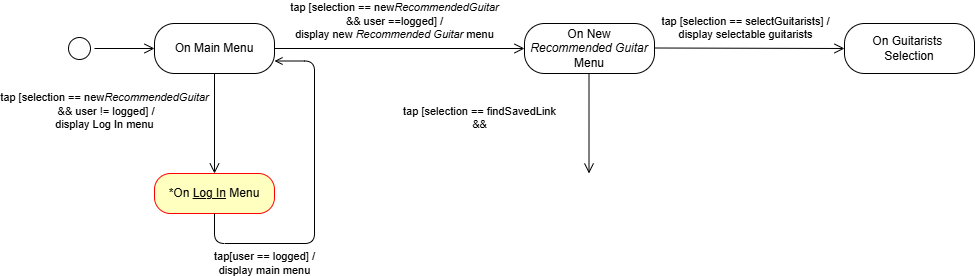
Above: diagrams/StateDiagramM.drawio.png in TizianoLilli/ISPW-Project (draw.io), before the change. Source tidied: cells renumbered, new cells last; positions are measured from the earlier drawing's top-left corner, leaving out a move shared by most shapes.
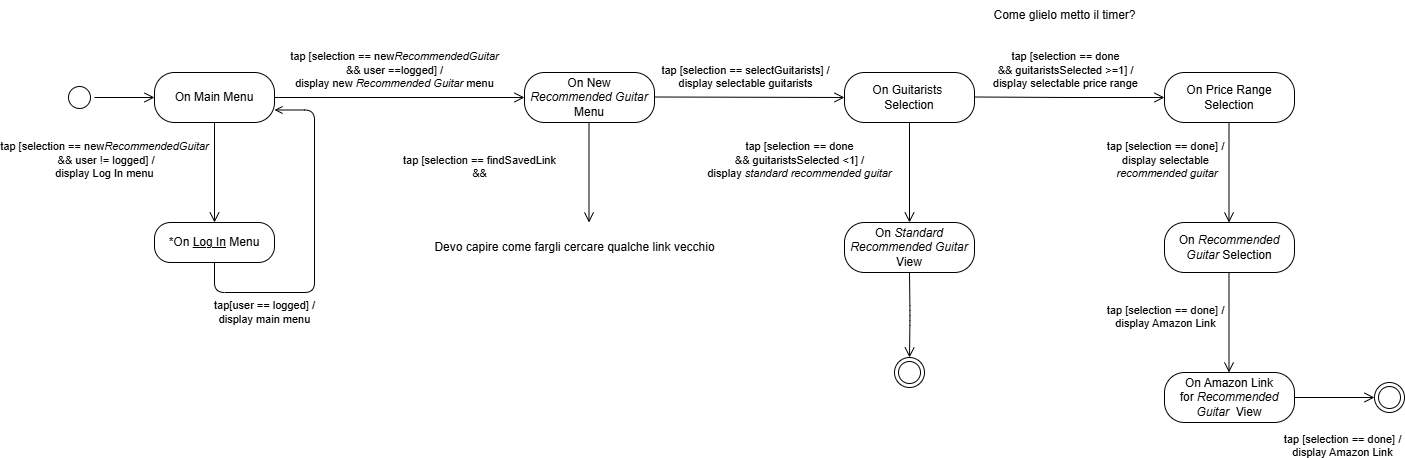
The same file after the commit.

The edit, as a diff of the source:
```diff
@@ -14,10 +14,10 @@
     <mxCell id="5" value="tap [selection == new&lt;i&gt;RecommendedGuitar&lt;/i&gt;&lt;div&gt;&lt;i&gt;&amp;nbsp;&lt;/i&gt;&amp;amp;&amp;amp; user != logged] /&lt;/div&gt;&lt;div&gt;display Log In menu&lt;/div&gt;" style="edgeStyle=orthogonalEdgeStyle;html=1;verticalAlign=bottom;endArrow=open;endSize=8;rounded=1;labelBackgroundColor=none;fontColor=default;entryX=0.5;entryY=0;entryDx=0;entryDy=0;curved=0;" parent="1" edge="1" source="4" target="6">
       <mxGeometry x="0.2" y="-110" relative="1" as="geometry" />
     </mxCell>
-    <mxCell id="6" value="*On &lt;u&gt;Log In&lt;/u&gt; Menu" style="rounded=1;whiteSpace=wrap;html=1;arcSize=40;fontColor=#000000;fillColor=#ffffc0;strokeColor=#ff0000;" parent="1" vertex="1">
+    <mxCell id="6" value="*On &lt;u&gt;Log In&lt;/u&gt; Menu" style="rounded=1;whiteSpace=wrap;html=1;arcSize=40;labelBackgroundColor=none;" parent="1" vertex="1">
       <mxGeometry x="90" y="150" width="120" height="40" as="geometry" />
     </mxCell>
-    <mxCell id="7" value="tap[user == logged] /&lt;div&gt;display main menu&lt;/div&gt;" style="edgeStyle=orthogonalEdgeStyle;rounded=1;jettySize=auto;html=1;exitX=0.5;exitY=0;exitDx=0;exitDy=0;curved=0;endArrow=open;endFill=0;entryX=1;entryY=0.75;entryDx=0;entryDy=0;" parent="1" edge="1" target="4">
+    <mxCell id="7" value="tap[user == logged] /&lt;div&gt;display main menu&lt;/div&gt;" style="edgeStyle=orthogonalEdgeStyle;rounded=1;jettySize=auto;html=1;exitX=0.5;exitY=0;exitDx=0;exitDy=0;curved=0;endArrow=open;endFill=0;entryX=1;entryY=0.75;entryDx=0;entryDy=0;labelBackgroundColor=none;fontColor=default;" parent="1" edge="1" target="4">
       <mxGeometry x="-0.55" y="-20" relative="1" as="geometry">
         <mxPoint x="150" y="190" as="sourcePoint" />
         <Array as="points">
@@ -47,5 +47,61 @@
         <mxPoint x="590" y="24.5" as="sourcePoint" />
       </mxGeometry>
     </mxCell>
+    <mxCell id="13" value="tap [selection == done&lt;div&gt;&amp;amp;&amp;amp; guitaristsSelected &amp;gt;=1] /&lt;/div&gt;&lt;div&gt;display selectable price range&lt;/div&gt;" style="edgeStyle=orthogonalEdgeStyle;html=1;verticalAlign=bottom;endArrow=open;endSize=8;rounded=1;labelBackgroundColor=none;fontColor=default;entryX=0;entryY=0.5;entryDx=0;entryDy=0;curved=0;exitX=1;exitY=0.5;exitDx=0;exitDy=0;" parent="1" edge="1">
+      <mxGeometry x="-0.04" y="5" relative="1" as="geometry">
+        <mxPoint x="910" y="24.5" as="sourcePoint" />
+        <mxPoint x="1100" y="25" as="targetPoint" />
+      </mxGeometry>
+    </mxCell>
+    <mxCell id="14" value="On Price Range&lt;div&gt;Selection&lt;/div&gt;" style="rounded=1;whiteSpace=wrap;html=1;arcSize=40;labelBackgroundColor=none;" parent="1" vertex="1">
+      <mxGeometry x="1100" width="130" height="50" as="geometry" />
+    </mxCell>
+    <mxCell id="15" value="tap [selection == done&lt;div&gt;&amp;amp;&amp;amp; guitaristsSelected &amp;lt;1] /&lt;/div&gt;&lt;div&gt;display &lt;i&gt;standard recommended guitar&lt;/i&gt;&lt;/div&gt;" style="edgeStyle=orthogonalEdgeStyle;html=1;verticalAlign=bottom;endArrow=open;endSize=8;rounded=1;labelBackgroundColor=none;fontColor=default;entryX=0.5;entryY=0;entryDx=0;entryDy=0;curved=0;" parent="1" edge="1">
+      <mxGeometry x="0.2" y="-110" relative="1" as="geometry">
+        <mxPoint x="845" y="50" as="sourcePoint" />
+        <mxPoint x="845" y="150" as="targetPoint" />
+      </mxGeometry>
+    </mxCell>
+    <mxCell id="16" value="On &lt;i&gt;Standard Recommended Guitar&lt;/i&gt;&lt;div&gt;View&lt;/div&gt;" style="rounded=1;whiteSpace=wrap;html=1;arcSize=40;labelBackgroundColor=none;" parent="1" vertex="1">
+      <mxGeometry x="780" y="150" width="130" height="50" as="geometry" />
+    </mxCell>
+    <mxCell id="17" value="tap [selection == done&lt;span style=&quot;background-color: initial;&quot;&gt;] /&lt;/span&gt;&lt;div&gt;display selectable&lt;/div&gt;&lt;div&gt;&lt;i&gt;&amp;nbsp;recommended guitar&lt;/i&gt;&lt;/div&gt;" style="edgeStyle=orthogonalEdgeStyle;html=1;verticalAlign=bottom;endArrow=open;endSize=8;rounded=1;labelBackgroundColor=none;fontColor=default;entryX=0.5;entryY=0;entryDx=0;entryDy=0;curved=0;" parent="1" edge="1">
+      <mxGeometry x="0.2" y="-64" relative="1" as="geometry">
+        <mxPoint x="1164.5" y="50" as="sourcePoint" />
+        <mxPoint x="1164.5" y="150" as="targetPoint" />
+      </mxGeometry>
+    </mxCell>
+    <mxCell id="18" value="On &lt;i&gt;Recommended Guitar &lt;/i&gt;Selection" style="rounded=1;whiteSpace=wrap;html=1;arcSize=40;labelBackgroundColor=none;" parent="1" vertex="1">
+      <mxGeometry x="1100" y="150" width="130" height="50" as="geometry" />
+    </mxCell>
+    <mxCell id="19" value="tap [selection == done] /&lt;div&gt;display Amazon Link&lt;/div&gt;" style="edgeStyle=orthogonalEdgeStyle;html=1;verticalAlign=bottom;endArrow=open;endSize=8;rounded=1;labelBackgroundColor=none;fontColor=default;entryX=0.5;entryY=0;entryDx=0;entryDy=0;curved=0;" parent="1" edge="1">
+      <mxGeometry x="0.2" y="-64" relative="1" as="geometry">
+        <mxPoint x="1164.5" y="200" as="sourcePoint" />
+        <mxPoint x="1164.5" y="300" as="targetPoint" />
+      </mxGeometry>
+    </mxCell>
+    <mxCell id="20" value="On Amazon Link for&amp;nbsp;&lt;i&gt;Recommended Guitar&amp;nbsp; &lt;/i&gt;View" style="rounded=1;whiteSpace=wrap;html=1;arcSize=40;labelBackgroundColor=none;" parent="1" vertex="1">
+      <mxGeometry x="1100" y="300" width="130" height="50" as="geometry" />
+    </mxCell>
+    <mxCell id="21" style="ellipse;html=1;shape=endState;labelBackgroundColor=none;" parent="1" vertex="1">
+      <mxGeometry x="1310" y="310" width="30" height="30" as="geometry" />
+    </mxCell>
+    <mxCell id="22" value="tap [selection == done] /&lt;div&gt;display Amazon Link&lt;/div&gt;" style="edgeStyle=orthogonalEdgeStyle;html=1;verticalAlign=bottom;endArrow=open;endSize=8;rounded=1;labelBackgroundColor=none;fontColor=default;entryX=0;entryY=0.5;entryDx=0;entryDy=0;curved=0;exitX=1;exitY=0.5;exitDx=0;exitDy=0;" parent="1" edge="1" source="20" target="21">
+      <mxGeometry x="0.2" y="-64" relative="1" as="geometry" />
+    </mxCell>
+    <mxCell id="23" style="edgeStyle=orthogonalEdgeStyle;html=1;verticalAlign=bottom;endArrow=open;endSize=8;rounded=1;labelBackgroundColor=none;fontColor=default;entryX=0.5;entryY=0;entryDx=0;entryDy=0;curved=0;" parent="1" edge="1" target="24">
+      <mxGeometry x="0.2" y="-110" relative="1" as="geometry">
+        <mxPoint x="845" y="200" as="sourcePoint" />
+      </mxGeometry>
+    </mxCell>
+    <mxCell id="24" style="ellipse;html=1;shape=endState;labelBackgroundColor=none;" parent="1" vertex="1">
+      <mxGeometry x="830" y="285" width="30" height="30" as="geometry" />
+    </mxCell>
+    <mxCell id="25" value="Devo capire come fargli cercare qualche link vecchio" style="text;html=1;align=center;verticalAlign=middle;strokeColor=none;fillColor=none;" parent="1" vertex="1">
+      <mxGeometry x="360" y="160" width="300" height="30" as="geometry" />
+    </mxCell>
+    <mxCell id="26" value="Come glielo metto il timer?" style="text;html=1;align=center;verticalAlign=middle;strokeColor=none;fillColor=none;" parent="1" vertex="1">
+      <mxGeometry x="915" y="-72" width="170" height="30" as="geometry" />
+    </mxCell>
   </root>
 </mxGraphModel>
```
